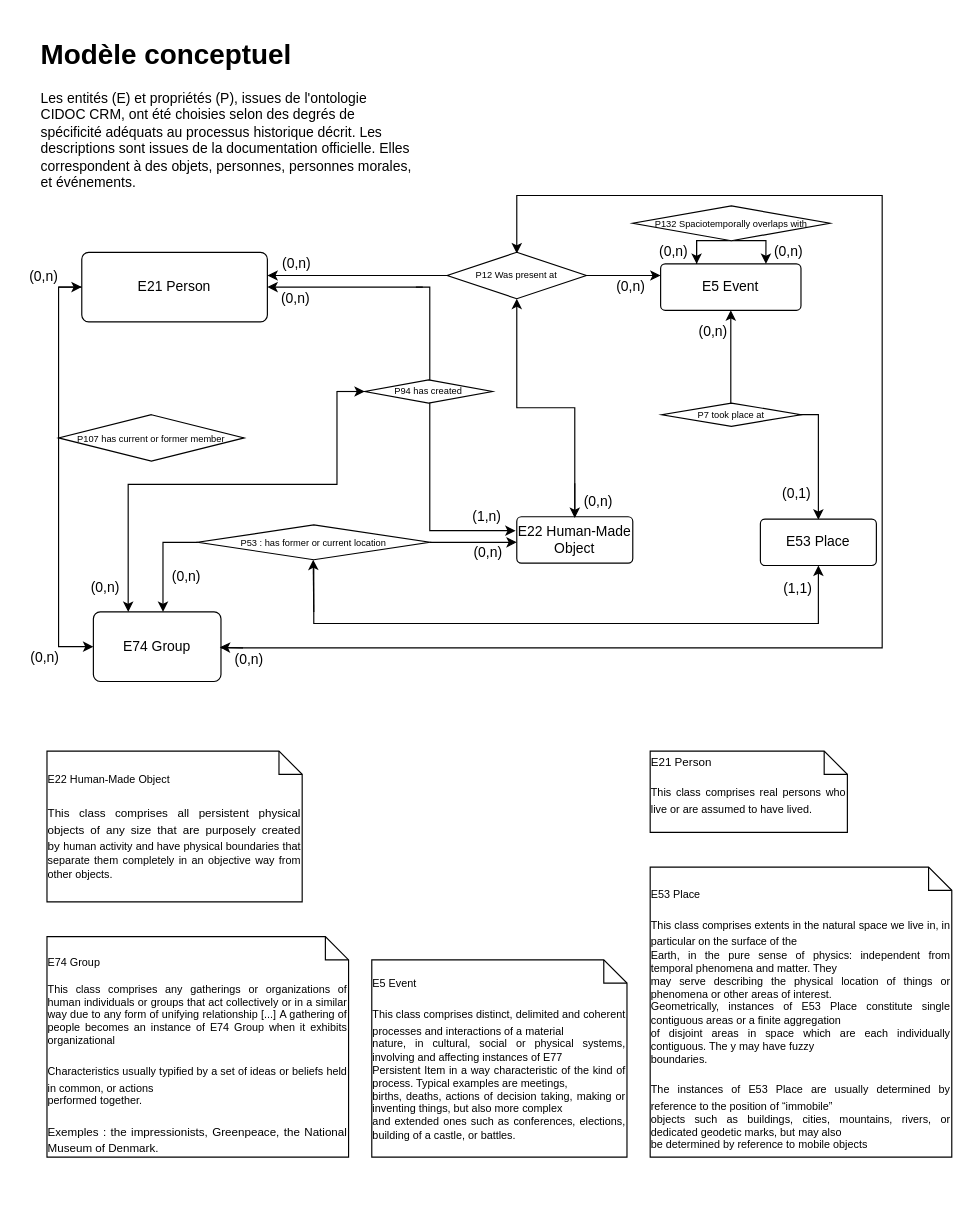
Earlier version of the draw.io diagram CIDOC CRM.drawio (Oeconomo/Mexican_natures). Source tidied: cells renumbered, new cells numbered last; positions are measured from the earlier drawing's top-left corner, leaving out a move shared by most shapes. Both pictures are drawn from the tidied source at 116%, with x=0, y=0 at pixel (20, 31).
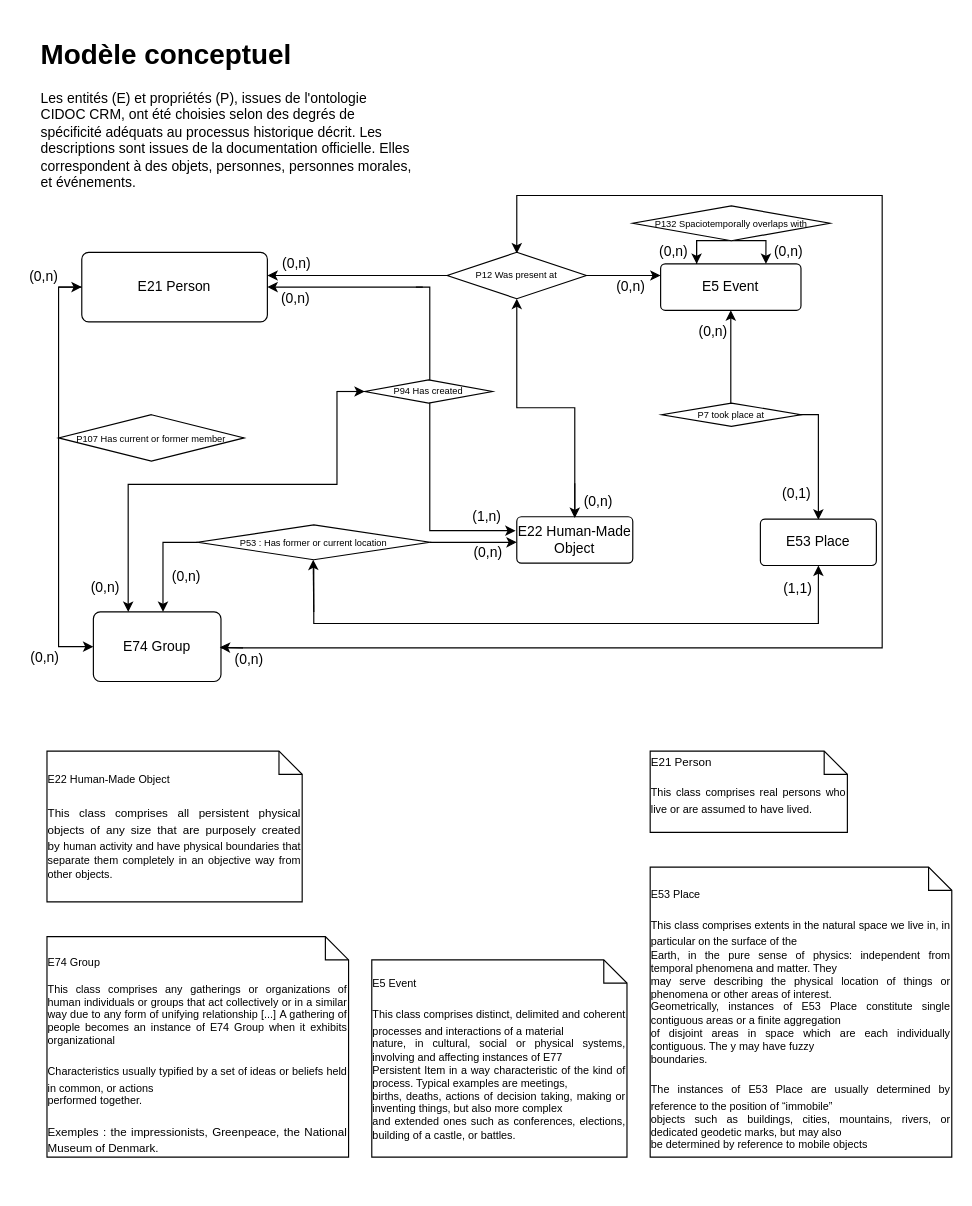
The same diagram, later.

The edit, as a diff of the source:
```diff
@@
-    <mxCell id="22" value="&lt;br&gt;&lt;div title=&quot;Page 101&quot; class=&quot;page&quot;&gt;&lt;div class=&quot;layoutArea&quot;&gt;&lt;div class=&quot;column&quot;&gt;     &lt;p&gt;&lt;font style=&quot;font-size: 8px;&quot;&gt;P107 has current or former member&lt;/font&gt;&lt;/p&gt;&lt;/div&gt;   &lt;/div&gt;&lt;br&gt;  &lt;/div&gt;" style="shape=rhombus;perimeter=rhombusPerimeter;whiteSpace=wrap;html=1;align=center;fontFamily=Helvetica;fontSize=10;" parent="1" vertex="1">
+    <mxCell id="22" value="&lt;br&gt;&lt;div title=&quot;Page 101&quot; class=&quot;page&quot;&gt;&lt;div class=&quot;layoutArea&quot;&gt;&lt;div class=&quot;column&quot;&gt;     &lt;p&gt;&lt;font style=&quot;font-size: 8px;&quot;&gt;P107 Has current or former member&lt;/font&gt;&lt;/p&gt;&lt;/div&gt;   &lt;/div&gt;&lt;br&gt;  &lt;/div&gt;" style="shape=rhombus;perimeter=rhombusPerimeter;whiteSpace=wrap;html=1;align=center;fontFamily=Helvetica;fontSize=10;" parent="1" vertex="1">
       <mxGeometry x="33" y="330" width="160" height="40" as="geometry" />
     </mxCell>
@@
-    <mxCell id="46" value="P94 has created" style="shape=rhombus;perimeter=rhombusPerimeter;whiteSpace=wrap;html=1;align=center;fontFamily=Helvetica;fontSize=8;" parent="1" vertex="1">
+    <mxCell id="46" value="P94 Has created" style="shape=rhombus;perimeter=rhombusPerimeter;whiteSpace=wrap;html=1;align=center;fontFamily=Helvetica;fontSize=8;" parent="1" vertex="1">
       <mxGeometry x="297" y="300" width="110" height="20" as="geometry" />
     </mxCell>
@@
-    <mxCell id="48" value="&lt;div&gt;&lt;div&gt;&lt;font style=&quot;font-size: 8px;&quot;&gt;P53 : has former or current location&lt;/font&gt;&lt;/div&gt;&lt;/div&gt;" style="shape=rhombus;perimeter=rhombusPerimeter;whiteSpace=wrap;html=1;align=center;" parent="1" vertex="1">
+    <mxCell id="48" value="&lt;div&gt;&lt;div&gt;&lt;font style=&quot;font-size: 8px;&quot;&gt;P53 : Has former or current location&lt;/font&gt;&lt;/div&gt;&lt;/div&gt;" style="shape=rhombus;perimeter=rhombusPerimeter;whiteSpace=wrap;html=1;align=center;" parent="1" vertex="1">
       <mxGeometry x="153" y="425" width="200" height="30" as="geometry" />
     </mxCell>
```
